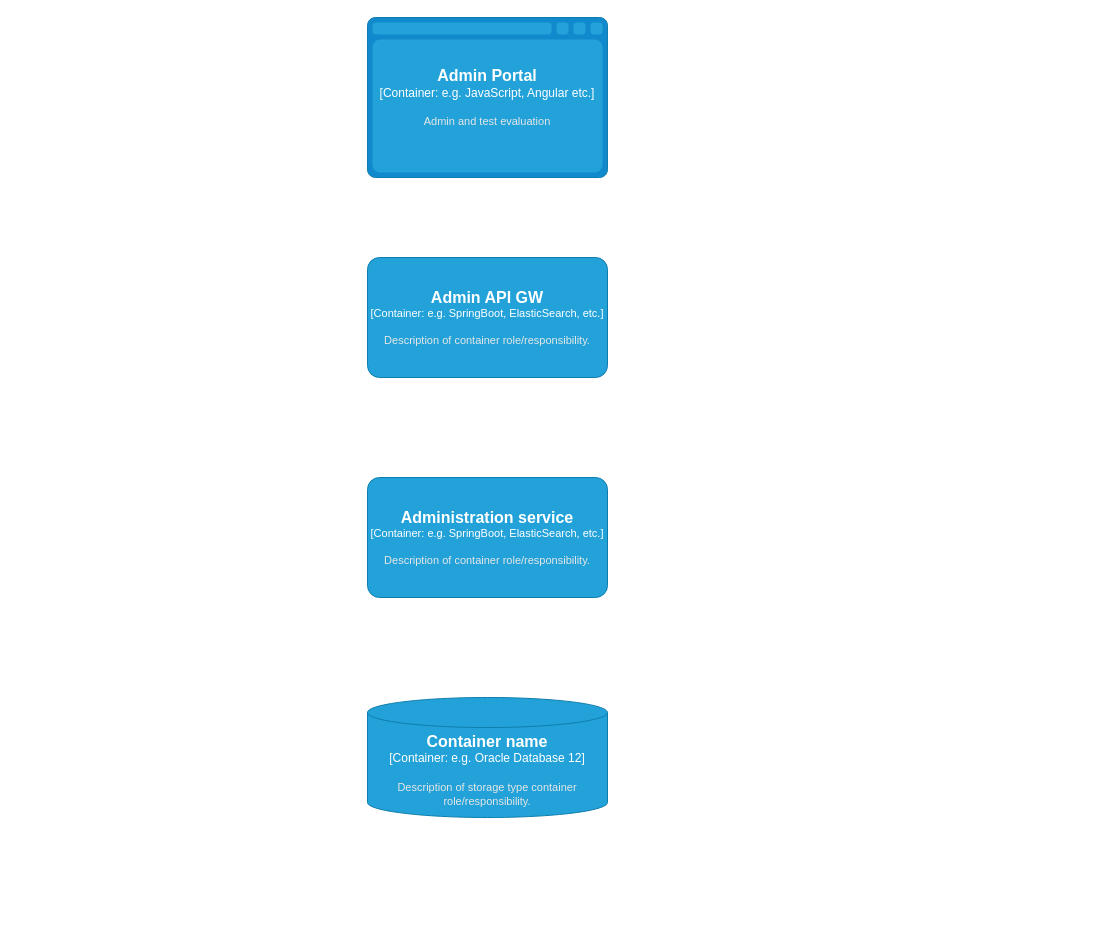
The draw.io diagram page "C3-Admin Container Components" (4 of 6) of Certifiable c4.drawio in architectrons/arch-kata-2025, before the edit. Source tidied: cells renumbered, new cells numbered last; positions are measured from the earlier drawing's top-left corner, leaving out a move shared by most shapes. Both pictures are drawn from the tidied source at 100%, with x=0, y=0 at pixel (367, 17).
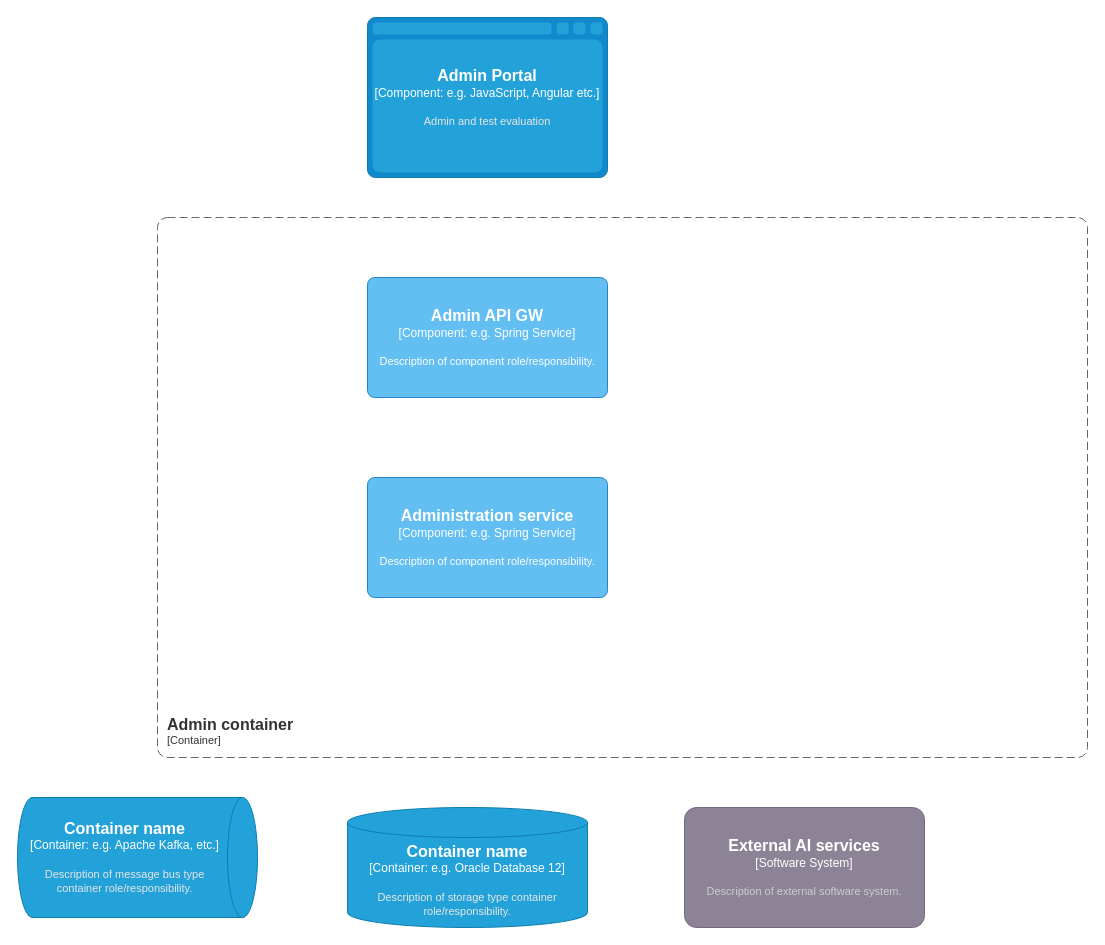
After the change.

Change to the diagram source:
```diff
@@
 <mxGraphModel>
   <root>
     <mxCell id="0" />
     <mxCell id="1" parent="0" />
-    <object id="2" label="&lt;font style=&quot;font-size: 16px&quot;&gt;&lt;b&gt;%c4Name%&lt;/b&gt;&lt;/font&gt;&lt;div&gt;[%c4Type%:&amp;nbsp;%c4Technology%]&lt;/div&gt;&lt;br&gt;&lt;div&gt;&lt;font style=&quot;font-size: 11px&quot;&gt;&lt;font color=&quot;#E6E6E6&quot;&gt;%c4Description%&lt;/font&gt;&lt;/div&gt;" c4Description="Admin and test evaluation" c4Name="Admin Portal" c4Technology="e.g. JavaScript, Angular etc." c4Type="Container" placeholders="1">
+    <object id="2" label="&lt;font style=&quot;font-size: 16px&quot;&gt;&lt;b&gt;%c4Name%&lt;/b&gt;&lt;/font&gt;&lt;div&gt;[%c4Type%:&amp;nbsp;%c4Technology%]&lt;/div&gt;&lt;br&gt;&lt;div&gt;&lt;font style=&quot;font-size: 11px&quot;&gt;&lt;font color=&quot;#E6E6E6&quot;&gt;%c4Description%&lt;/font&gt;&lt;/div&gt;" c4Description="Admin and test evaluation" c4Name="Admin Portal" c4Technology="e.g. JavaScript, Angular etc." c4Type="Component" placeholders="1">
       <mxCell style="shape=mxgraph.c4.webBrowserContainer2;whiteSpace=wrap;html=1;boundedLbl=1;rounded=0;labelBackgroundColor=none;strokeColor=#118ACD;fillColor=#23A2D9;strokeColor=#118ACD;strokeColor2=#0E7DAD;fontSize=12;fontColor=#ffffff;align=center;" parent="1" vertex="1">
         <mxGeometry width="240" height="160" as="geometry" />
       </mxCell>
     </object>
-    <object id="3" label="&lt;font style=&quot;font-size: 16px&quot;&gt;&lt;b&gt;%c4Name%&lt;/b&gt;&lt;/font&gt;&lt;div&gt;[%c4Type%: %c4Technology%]&lt;/div&gt;&lt;br&gt;&lt;div&gt;&lt;font style=&quot;font-size: 11px&quot;&gt;&lt;font color=&quot;#E6E6E6&quot;&gt;%c4Description%&lt;/font&gt;&lt;/div&gt;" c4Description="Description of container role/responsibility." c4Name="Admin API GW" c4Technology="e.g. SpringBoot, ElasticSearch, etc." c4Type="Container" placeholders="1">
-      <mxCell style="rounded=1;whiteSpace=wrap;html=1;fontSize=11;labelBackgroundColor=none;fillColor=#23A2D9;fontColor=#ffffff;align=center;arcSize=10;strokeColor=#0E7DAD;" parent="1" vertex="1">
-        <mxGeometry y="240" width="240" height="120" as="geometry" />
-      </mxCell>
-    </object>
-    <object id="4" label="&lt;font style=&quot;font-size: 16px&quot;&gt;&lt;b&gt;%c4Name%&lt;/b&gt;&lt;/font&gt;&lt;div&gt;[%c4Type%: %c4Technology%]&lt;/div&gt;&lt;br&gt;&lt;div&gt;&lt;font style=&quot;font-size: 11px&quot;&gt;&lt;font color=&quot;#E6E6E6&quot;&gt;%c4Description%&lt;/font&gt;&lt;/div&gt;" c4Description="Description of container role/responsibility." c4Name="Administration service" c4Technology="e.g. SpringBoot, ElasticSearch, etc." c4Type="Container" placeholders="1">
-      <mxCell style="rounded=1;whiteSpace=wrap;html=1;fontSize=11;labelBackgroundColor=none;fillColor=#23A2D9;fontColor=#ffffff;align=center;arcSize=10;strokeColor=#0E7DAD;" parent="1" vertex="1">
-        <mxGeometry y="460" width="240" height="120" as="geometry" />
-      </mxCell>
-    </object>
     <object id="5" label="&lt;font style=&quot;font-size: 16px&quot;&gt;&lt;b&gt;%c4Name%&lt;/b&gt;&lt;/font&gt;&lt;div&gt;[%c4Type%:&amp;nbsp;%c4Technology%]&lt;/div&gt;&lt;br&gt;&lt;div&gt;&lt;font style=&quot;font-size: 11px&quot;&gt;&lt;font color=&quot;#E6E6E6&quot;&gt;%c4Description%&lt;/font&gt;&lt;/div&gt;" c4Description="Description of storage type container role/responsibility." c4Name="Container name" c4Technology="e.g. Oracle Database 12" c4Type="Container" placeholders="1">
       <mxCell style="shape=cylinder3;size=15;whiteSpace=wrap;html=1;boundedLbl=1;rounded=0;labelBackgroundColor=none;fillColor=#23A2D9;fontSize=12;fontColor=#ffffff;align=center;strokeColor=#0E7DAD;" parent="1" vertex="1">
-        <mxGeometry y="680" width="240" height="120" as="geometry" />
+        <mxGeometry x="-20" y="790" width="240" height="120" as="geometry" />
       </mxCell>
     </object>
+    <object id="6" label="&lt;font style=&quot;font-size: 16px&quot;&gt;&lt;b&gt;%c4Name%&lt;/b&gt;&lt;/font&gt;&lt;div&gt;[%c4Type%: %c4Technology%]&lt;/div&gt;&lt;br&gt;&lt;div&gt;&lt;font style=&quot;font-size: 11px&quot;&gt;%c4Description%&lt;/font&gt;&lt;/div&gt;" c4Description="Description of component role/responsibility." c4Name="Admin API GW" c4Technology="e.g. Spring Service" c4Type="Component" placeholders="1">
+      <mxCell style="rounded=1;whiteSpace=wrap;html=1;labelBackgroundColor=none;fillColor=#63BEF2;fontColor=#ffffff;align=center;arcSize=6;strokeColor=#2086C9;" parent="1" vertex="1">
+        <mxGeometry y="260" width="240" height="120" as="geometry" />
+      </mxCell>
+    </object>
+    <object id="7" label="&lt;font style=&quot;font-size: 16px&quot;&gt;&lt;b&gt;%c4Name%&lt;/b&gt;&lt;/font&gt;&lt;div&gt;[%c4Type%: %c4Technology%]&lt;/div&gt;&lt;br&gt;&lt;div&gt;&lt;font style=&quot;font-size: 11px&quot;&gt;%c4Description%&lt;/font&gt;&lt;/div&gt;" c4Description="Description of component role/responsibility." c4Name="Administration service" c4Technology="e.g. Spring Service" c4Type="Component" placeholders="1">
+      <mxCell style="rounded=1;whiteSpace=wrap;html=1;labelBackgroundColor=none;fillColor=#63BEF2;fontColor=#ffffff;align=center;arcSize=6;strokeColor=#2086C9;" parent="1" vertex="1">
+        <mxGeometry y="460" width="240" height="120" as="geometry" />
+      </mxCell>
+    </object>
+    <object id="8" label="&lt;font style=&quot;font-size: 16px&quot;&gt;&lt;b&gt;&lt;div style=&quot;text-align: left&quot;&gt;%c4Name%&lt;/div&gt;&lt;/b&gt;&lt;/font&gt;&lt;div style=&quot;text-align: left&quot;&gt;[%c4Application%]&lt;/div&gt;" c4Application="Container" c4Name="Admin container" placeholders="1">
+      <mxCell style="rounded=1;fontSize=11;whiteSpace=wrap;html=1;dashed=1;arcSize=20;fillColor=none;strokeColor=#666666;fontColor=#333333;labelBackgroundColor=none;align=left;verticalAlign=bottom;labelBorderColor=none;spacingTop=0;spacing=10;dashPattern=8 4;perimeter=rectanglePerimeter;noLabel=0;labelPadding=0;absoluteArcSize=1;" parent="1" vertex="1">
+        <mxGeometry x="-210" y="200" width="930" height="540" as="geometry" />
+      </mxCell>
+    </object>
+    <object id="9" label="&lt;font style=&quot;font-size: 16px&quot;&gt;&lt;b&gt;%c4Name%&lt;/b&gt;&lt;/font&gt;&lt;div&gt;[%c4Type%]&lt;/div&gt;&lt;br&gt;&lt;div&gt;&lt;font style=&quot;font-size: 11px&quot;&gt;&lt;font color=&quot;#cccccc&quot;&gt;%c4Description%&lt;/font&gt;&lt;/div&gt;" c4Description="Description of external software system." c4Name="External AI services" c4Type="Software System" placeholders="1">
+      <mxCell style="rounded=1;whiteSpace=wrap;html=1;labelBackgroundColor=none;fillColor=#8C8496;fontColor=#ffffff;align=center;arcSize=10;strokeColor=#736782;" parent="1" vertex="1">
+        <mxGeometry x="317" y="790" width="240" height="120" as="geometry" />
+      </mxCell>
+    </object>
+    <object id="10" label="&lt;font style=&quot;font-size: 16px&quot;&gt;&lt;b&gt;%c4Name%&lt;/b&gt;&lt;/font&gt;&lt;div&gt;[%c4Type%:&amp;nbsp;%c4Technology%]&lt;/div&gt;&lt;br&gt;&lt;div&gt;&lt;font style=&quot;font-size: 11px&quot;&gt;&lt;font color=&quot;#E6E6E6&quot;&gt;%c4Description%&lt;/font&gt;&lt;/div&gt;" c4Description="Description of message bus type container role/responsibility." c4Name="Container name" c4Technology="e.g. Apache Kafka, etc." c4Type="Container" placeholders="1">
+      <mxCell style="shape=cylinder3;size=15;direction=south;whiteSpace=wrap;html=1;boundedLbl=1;rounded=0;labelBackgroundColor=none;fillColor=#23A2D9;fontSize=12;fontColor=#ffffff;align=center;strokeColor=#0E7DAD;" parent="1" vertex="1">
+        <mxGeometry x="-350" y="780" width="240" height="120" as="geometry" />
+      </mxCell>
+    </object>
   </root>
 </mxGraphModel>
```
